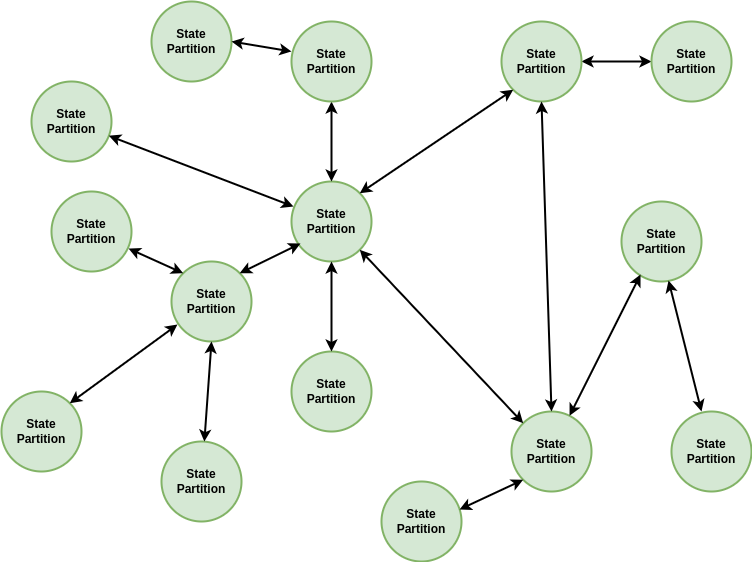
Before: assets/dexetera/dexetera-network-state-partition-graph.drawio.png, a diagram exported from draw.io (umbralcalc/umbralcalc.github.io). Source tidied: cells renumbered, new cells last; positions are measured from the earlier drawing's top-left corner, leaving out a move shared by most shapes. Its diagram source:
```xml
<mxGraphModel>
  <root>
    <mxCell id="0" />
    <mxCell id="1" parent="0" />
    <mxCell id="2" value="&lt;b style=&quot;&quot;&gt;&lt;font face=&quot;Helvetica&quot;&gt;State&lt;br&gt;Partition&lt;/font&gt;&lt;/b&gt;" style="ellipse;whiteSpace=wrap;html=1;fillColor=#d5e8d4;strokeColor=#82b366;strokeWidth=2;" parent="1" vertex="1">
      <mxGeometry x="290" y="180" width="80" height="80" as="geometry" />
    </mxCell>
    <mxCell id="3" value="&lt;b style=&quot;&quot;&gt;&lt;font face=&quot;Helvetica&quot;&gt;State&lt;br&gt;Partition&lt;/font&gt;&lt;/b&gt;" style="ellipse;whiteSpace=wrap;html=1;fillColor=#d5e8d4;strokeColor=#82b366;strokeWidth=2;" parent="1" vertex="1">
      <mxGeometry x="510" y="410" width="80" height="80" as="geometry" />
    </mxCell>
    <mxCell id="4" value="&lt;b style=&quot;&quot;&gt;&lt;font face=&quot;Helvetica&quot;&gt;State&lt;br&gt;Partition&lt;/font&gt;&lt;/b&gt;" style="ellipse;whiteSpace=wrap;html=1;fillColor=#d5e8d4;strokeColor=#82b366;strokeWidth=2;" parent="1" vertex="1">
      <mxGeometry x="170" y="260" width="80" height="80" as="geometry" />
    </mxCell>
    <mxCell id="5" style="endArrow=classic;startArrow=classic;html=1;rounded=0;entryX=0;entryY=0;entryDx=0;entryDy=0;strokeWidth=2;exitX=1;exitY=1;exitDx=0;exitDy=0;" parent="1" edge="1" source="2" target="3">
      <mxGeometry relative="1" as="geometry" />
    </mxCell>
    <mxCell id="6" style="endArrow=classic;startArrow=classic;html=1;rounded=0;entryX=0;entryY=0.5;entryDx=0;entryDy=0;strokeWidth=2;exitX=0.5;exitY=1;exitDx=0;exitDy=0;" parent="1" edge="1">
      <mxGeometry relative="1" as="geometry">
        <mxPoint x="330" y="100" as="sourcePoint" />
        <mxPoint x="330" y="180" as="targetPoint" />
      </mxGeometry>
    </mxCell>
    <mxCell id="7" value="&lt;b style=&quot;&quot;&gt;&lt;font face=&quot;Helvetica&quot;&gt;State&lt;br&gt;Partition&lt;/font&gt;&lt;/b&gt;" style="ellipse;whiteSpace=wrap;html=1;fillColor=#d5e8d4;strokeColor=#82b366;strokeWidth=2;" parent="1" vertex="1">
      <mxGeometry x="290" y="350" width="80" height="80" as="geometry" />
    </mxCell>
    <mxCell id="8" style="endArrow=classic;startArrow=classic;html=1;rounded=0;entryX=0;entryY=0.5;entryDx=0;entryDy=0;strokeWidth=2;exitX=0.5;exitY=0;exitDx=0;exitDy=0;" parent="1" edge="1" source="7">
      <mxGeometry relative="1" as="geometry">
        <mxPoint x="330" y="260" as="targetPoint" />
      </mxGeometry>
    </mxCell>
    <mxCell id="9" style="edgeStyle=orthogonalEdgeStyle;rounded=0;jettySize=auto;html=1;entryX=0;entryY=0.5;entryDx=0;entryDy=0;strokeWidth=2;startArrow=classic;startFill=1;" parent="1" edge="1" source="10" target="31">
      <mxGeometry relative="1" as="geometry" />
    </mxCell>
    <mxCell id="10" value="&lt;b style=&quot;&quot;&gt;&lt;font face=&quot;Helvetica&quot;&gt;State&lt;br&gt;Partition&lt;/font&gt;&lt;/b&gt;" style="ellipse;whiteSpace=wrap;html=1;fillColor=#d5e8d4;strokeColor=#82b366;strokeWidth=2;" parent="1" vertex="1">
      <mxGeometry x="500" y="20" width="80" height="80" as="geometry" />
    </mxCell>
    <mxCell id="11" value="&lt;b style=&quot;&quot;&gt;&lt;font face=&quot;Helvetica&quot;&gt;State&lt;br&gt;Partition&lt;/font&gt;&lt;/b&gt;" style="ellipse;whiteSpace=wrap;html=1;fillColor=#d5e8d4;strokeColor=#82b366;strokeWidth=2;" parent="1" vertex="1">
      <mxGeometry x="30" y="80" width="80" height="80" as="geometry" />
    </mxCell>
    <mxCell id="12" value="&lt;b style=&quot;&quot;&gt;&lt;font face=&quot;Helvetica&quot;&gt;State&lt;br&gt;Partition&lt;/font&gt;&lt;/b&gt;" style="ellipse;whiteSpace=wrap;html=1;fillColor=#d5e8d4;strokeColor=#82b366;strokeWidth=2;" parent="1" vertex="1">
      <mxGeometry x="290" y="20" width="80" height="80" as="geometry" />
    </mxCell>
    <mxCell id="13" style="endArrow=classic;startArrow=classic;html=1;rounded=0;entryX=1;entryY=0;entryDx=0;entryDy=0;strokeWidth=2;exitX=0;exitY=1;exitDx=0;exitDy=0;" parent="1" edge="1" source="10" target="2">
      <mxGeometry relative="1" as="geometry" />
    </mxCell>
    <mxCell id="14" style="endArrow=classic;startArrow=classic;html=1;rounded=0;entryX=0.025;entryY=0.313;entryDx=0;entryDy=0;strokeWidth=2;entryPerimeter=0;" parent="1" edge="1" source="11" target="2">
      <mxGeometry relative="1" as="geometry" />
    </mxCell>
    <mxCell id="15" value="&lt;b style=&quot;&quot;&gt;&lt;font face=&quot;Helvetica&quot;&gt;State&lt;br&gt;Partition&lt;/font&gt;&lt;/b&gt;" style="ellipse;whiteSpace=wrap;html=1;fillColor=#d5e8d4;strokeColor=#82b366;strokeWidth=2;" parent="1" vertex="1">
      <mxGeometry x="150" width="80" height="80" as="geometry" />
    </mxCell>
    <mxCell id="16" style="endArrow=classic;startArrow=classic;html=1;rounded=0;entryX=1;entryY=0;entryDx=0;entryDy=0;strokeWidth=2;exitX=0.113;exitY=0.775;exitDx=0;exitDy=0;exitPerimeter=0;" parent="1" edge="1" source="2" target="4">
      <mxGeometry relative="1" as="geometry" />
    </mxCell>
    <mxCell id="17" value="&lt;b style=&quot;&quot;&gt;&lt;font face=&quot;Helvetica&quot;&gt;State&lt;br&gt;Partition&lt;/font&gt;&lt;/b&gt;" style="ellipse;whiteSpace=wrap;html=1;fillColor=#d5e8d4;strokeColor=#82b366;strokeWidth=2;" parent="1" vertex="1">
      <mxGeometry x="160" y="440" width="80" height="80" as="geometry" />
    </mxCell>
    <mxCell id="18" value="&lt;b style=&quot;&quot;&gt;&lt;font face=&quot;Helvetica&quot;&gt;State&lt;br&gt;Partition&lt;/font&gt;&lt;/b&gt;" style="ellipse;whiteSpace=wrap;html=1;fillColor=#d5e8d4;strokeColor=#82b366;strokeWidth=2;" parent="1" vertex="1">
      <mxGeometry x="50" y="190" width="80" height="80" as="geometry" />
    </mxCell>
    <mxCell id="19" style="endArrow=classic;startArrow=classic;html=1;rounded=0;entryX=0.963;entryY=0.713;entryDx=0;entryDy=0;strokeWidth=2;exitX=0;exitY=0;exitDx=0;exitDy=0;entryPerimeter=0;" parent="1" edge="1" source="4" target="18">
      <mxGeometry relative="1" as="geometry" />
    </mxCell>
    <mxCell id="20" style="endArrow=classic;startArrow=classic;html=1;rounded=0;strokeWidth=2;exitX=0.5;exitY=1;exitDx=0;exitDy=0;" parent="1" edge="1" source="4" target="17">
      <mxGeometry relative="1" as="geometry" />
    </mxCell>
    <mxCell id="21" style="endArrow=classic;startArrow=classic;html=1;rounded=0;entryX=0.963;entryY=0.713;entryDx=0;entryDy=0;strokeWidth=2;entryPerimeter=0;" parent="1" edge="1">
      <mxGeometry relative="1" as="geometry">
        <mxPoint x="290" y="50" as="sourcePoint" />
        <mxPoint x="230" y="40" as="targetPoint" />
      </mxGeometry>
    </mxCell>
    <mxCell id="22" style="endArrow=classic;startArrow=classic;html=1;rounded=0;entryX=0.5;entryY=0;entryDx=0;entryDy=0;strokeWidth=2;exitX=1;exitY=1;exitDx=0;exitDy=0;" parent="1" edge="1" target="3">
      <mxGeometry relative="1" as="geometry">
        <mxPoint x="540" y="100" as="sourcePoint" />
      </mxGeometry>
    </mxCell>
    <mxCell id="23" value="&lt;b style=&quot;&quot;&gt;&lt;font face=&quot;Helvetica&quot;&gt;State&lt;br&gt;Partition&lt;/font&gt;&lt;/b&gt;" style="ellipse;whiteSpace=wrap;html=1;fillColor=#d5e8d4;strokeColor=#82b366;strokeWidth=2;" parent="1" vertex="1">
      <mxGeometry x="620" y="200" width="80" height="80" as="geometry" />
    </mxCell>
    <mxCell id="24" style="endArrow=classic;startArrow=classic;html=1;rounded=0;entryX=0.238;entryY=0.913;entryDx=0;entryDy=0;strokeWidth=2;entryPerimeter=0;" parent="1" edge="1" source="3" target="23">
      <mxGeometry relative="1" as="geometry" />
    </mxCell>
    <mxCell id="25" value="&lt;b style=&quot;&quot;&gt;&lt;font face=&quot;Helvetica&quot;&gt;State&lt;br&gt;Partition&lt;/font&gt;&lt;/b&gt;" style="ellipse;whiteSpace=wrap;html=1;fillColor=#d5e8d4;strokeColor=#82b366;strokeWidth=2;" parent="1" vertex="1">
      <mxGeometry x="380" y="480" width="80" height="80" as="geometry" />
    </mxCell>
    <mxCell id="26" style="endArrow=classic;startArrow=classic;html=1;rounded=0;entryX=0;entryY=1;entryDx=0;entryDy=0;strokeWidth=2;exitX=0.975;exitY=0.35;exitDx=0;exitDy=0;exitPerimeter=0;" parent="1" edge="1" source="25" target="3">
      <mxGeometry relative="1" as="geometry" />
    </mxCell>
    <mxCell id="27" value="&lt;b style=&quot;&quot;&gt;&lt;font face=&quot;Helvetica&quot;&gt;State&lt;br&gt;Partition&lt;/font&gt;&lt;/b&gt;" style="ellipse;whiteSpace=wrap;html=1;fillColor=#d5e8d4;strokeColor=#82b366;strokeWidth=2;" parent="1" vertex="1">
      <mxGeometry y="390" width="80" height="80" as="geometry" />
    </mxCell>
    <mxCell id="28" style="endArrow=classic;startArrow=classic;html=1;rounded=0;strokeWidth=2;exitX=0.075;exitY=0.788;exitDx=0;exitDy=0;entryX=1;entryY=0;entryDx=0;entryDy=0;exitPerimeter=0;" parent="1" edge="1" source="4" target="27">
      <mxGeometry relative="1" as="geometry" />
    </mxCell>
    <mxCell id="29" value="&lt;b style=&quot;&quot;&gt;&lt;font face=&quot;Helvetica&quot;&gt;State&lt;br&gt;Partition&lt;/font&gt;&lt;/b&gt;" style="ellipse;whiteSpace=wrap;html=1;fillColor=#d5e8d4;strokeColor=#82b366;strokeWidth=2;" parent="1" vertex="1">
      <mxGeometry x="670" y="410" width="80" height="80" as="geometry" />
    </mxCell>
    <mxCell id="30" style="endArrow=classic;startArrow=classic;html=1;rounded=0;entryX=0.588;entryY=0.988;entryDx=0;entryDy=0;strokeWidth=2;entryPerimeter=0;exitX=0.375;exitY=0;exitDx=0;exitDy=0;exitPerimeter=0;" parent="1" edge="1" source="29" target="23">
      <mxGeometry relative="1" as="geometry" />
    </mxCell>
    <mxCell id="31" value="&lt;b style=&quot;&quot;&gt;&lt;font face=&quot;Helvetica&quot;&gt;State&lt;br&gt;Partition&lt;/font&gt;&lt;/b&gt;" style="ellipse;whiteSpace=wrap;html=1;fillColor=#d5e8d4;strokeColor=#82b366;strokeWidth=2;" parent="1" vertex="1">
      <mxGeometry x="650" y="20" width="80" height="80" as="geometry" />
    </mxCell>
  </root>
</mxGraphModel>
```
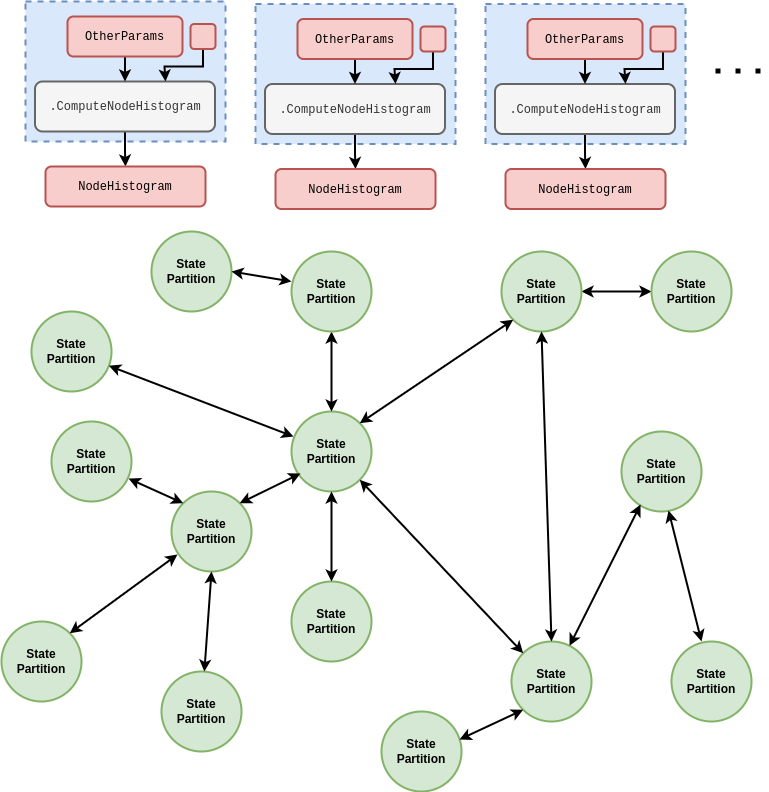
Above is the later version.

What changed in the source:
```diff
@@ -102,5 +102,104 @@
     <mxCell id="31" value="&lt;b style=&quot;&quot;&gt;&lt;font face=&quot;Helvetica&quot;&gt;State&lt;br&gt;Partition&lt;/font&gt;&lt;/b&gt;" style="ellipse;whiteSpace=wrap;html=1;fillColor=#d5e8d4;strokeColor=#82b366;strokeWidth=2;" parent="1" vertex="1">
       <mxGeometry x="650" y="20" width="80" height="80" as="geometry" />
     </mxCell>
+    <mxCell id="32" style="rounded=0;whiteSpace=wrap;html=1;dashed=1;strokeWidth=2;fillColor=#dae8fc;strokeColor=#6c8ebf;" parent="1" vertex="1">
+      <mxGeometry x="24" y="-230" width="200" height="140" as="geometry" />
+    </mxCell>
+    <mxCell id="33" style="edgeStyle=orthogonalEdgeStyle;rounded=0;jettySize=auto;html=1;strokeWidth=2;" parent="1" edge="1" source="34" target="35">
+      <mxGeometry relative="1" as="geometry" />
+    </mxCell>
+    <mxCell id="34" value="&lt;font face=&quot;Courier New&quot;&gt;.ComputeNodeHistogram&lt;/font&gt;" style="rounded=1;whiteSpace=wrap;html=1;strokeWidth=2;fillColor=#f5f5f5;fontColor=#333333;strokeColor=#666666;" parent="1" vertex="1">
+      <mxGeometry x="33.5" y="-150" width="180" height="50" as="geometry" />
+    </mxCell>
+    <mxCell id="35" value="&lt;font face=&quot;Courier New&quot;&gt;NodeHistogram&lt;/font&gt;" style="rounded=1;whiteSpace=wrap;html=1;strokeWidth=2;fillColor=#f8cecc;strokeColor=#b85450;" parent="1" vertex="1">
+      <mxGeometry x="44" y="-65" width="160" height="40" as="geometry" />
+    </mxCell>
+    <mxCell id="36" style="edgeStyle=orthogonalEdgeStyle;rounded=0;jettySize=auto;html=1;entryX=0.5;entryY=0;entryDx=0;entryDy=0;strokeWidth=2;" parent="1" edge="1" source="37" target="34">
+      <mxGeometry relative="1" as="geometry" />
+    </mxCell>
+    <mxCell id="37" value="&lt;font face=&quot;Courier New&quot;&gt;OtherParams&lt;/font&gt;" style="rounded=1;whiteSpace=wrap;html=1;strokeWidth=2;fillColor=#f8cecc;strokeColor=#b85450;" parent="1" vertex="1">
+      <mxGeometry x="66" y="-215" width="115" height="40" as="geometry" />
+    </mxCell>
+    <mxCell id="38" style="edgeStyle=orthogonalEdgeStyle;rounded=0;jettySize=auto;html=1;entryX=0.75;entryY=0;entryDx=0;entryDy=0;strokeWidth=2;" parent="1" edge="1" source="39">
+      <mxGeometry relative="1" as="geometry">
+        <mxPoint x="164" y="-150" as="targetPoint" />
+        <Array as="points">
+          <mxPoint x="201" y="-165" />
+          <mxPoint x="163" y="-165" />
+          <mxPoint x="163" y="-150" />
+        </Array>
+      </mxGeometry>
+    </mxCell>
+    <mxCell id="39" style="rounded=1;whiteSpace=wrap;html=1;strokeWidth=2;fillColor=#f8cecc;strokeColor=#b85450;" parent="1" vertex="1">
+      <mxGeometry x="189" y="-207.5" width="25" height="25" as="geometry" />
+    </mxCell>
+    <mxCell id="40" style="rounded=0;whiteSpace=wrap;html=1;dashed=1;strokeWidth=2;fillColor=#dae8fc;strokeColor=#6c8ebf;" parent="1" vertex="1">
+      <mxGeometry x="254" y="-227.5" width="200" height="140" as="geometry" />
+    </mxCell>
+    <mxCell id="41" style="edgeStyle=orthogonalEdgeStyle;rounded=0;jettySize=auto;html=1;strokeWidth=2;" parent="1" edge="1" source="42" target="43">
+      <mxGeometry relative="1" as="geometry" />
+    </mxCell>
+    <mxCell id="42" value="&lt;span style=&quot;font-family: &amp;quot;Courier New&amp;quot;;&quot;&gt;.ComputeNodeHistogram&lt;/span&gt;" style="rounded=1;whiteSpace=wrap;html=1;strokeWidth=2;fillColor=#f5f5f5;fontColor=#333333;strokeColor=#666666;" parent="1" vertex="1">
+      <mxGeometry x="263.5" y="-147.5" width="180" height="50" as="geometry" />
+    </mxCell>
+    <mxCell id="43" value="&lt;font face=&quot;Courier New&quot;&gt;NodeHistogram&lt;/font&gt;" style="rounded=1;whiteSpace=wrap;html=1;strokeWidth=2;fillColor=#f8cecc;strokeColor=#b85450;" parent="1" vertex="1">
+      <mxGeometry x="274" y="-62.5" width="160" height="40" as="geometry" />
+    </mxCell>
+    <mxCell id="44" style="edgeStyle=orthogonalEdgeStyle;rounded=0;jettySize=auto;html=1;entryX=0.5;entryY=0;entryDx=0;entryDy=0;strokeWidth=2;" parent="1" edge="1" source="45" target="42">
+      <mxGeometry relative="1" as="geometry" />
+    </mxCell>
+    <mxCell id="45" value="&lt;font face=&quot;Courier New&quot;&gt;OtherParams&lt;/font&gt;" style="rounded=1;whiteSpace=wrap;html=1;strokeWidth=2;fillColor=#f8cecc;strokeColor=#b85450;" parent="1" vertex="1">
+      <mxGeometry x="296" y="-212.5" width="115" height="40" as="geometry" />
+    </mxCell>
+    <mxCell id="46" style="edgeStyle=orthogonalEdgeStyle;rounded=0;jettySize=auto;html=1;entryX=0.75;entryY=0;entryDx=0;entryDy=0;strokeWidth=2;" parent="1" edge="1" source="47">
+      <mxGeometry relative="1" as="geometry">
+        <mxPoint x="394" y="-147.5" as="targetPoint" />
+        <Array as="points">
+          <mxPoint x="431" y="-162.5" />
+          <mxPoint x="393" y="-162.5" />
+          <mxPoint x="393" y="-147.5" />
+        </Array>
+      </mxGeometry>
+    </mxCell>
+    <mxCell id="47" style="rounded=1;whiteSpace=wrap;html=1;strokeWidth=2;fillColor=#f8cecc;strokeColor=#b85450;" parent="1" vertex="1">
+      <mxGeometry x="419" y="-205" width="25" height="25" as="geometry" />
+    </mxCell>
+    <mxCell id="48" style="rounded=0;whiteSpace=wrap;html=1;dashed=1;strokeWidth=2;fillColor=#dae8fc;strokeColor=#6c8ebf;" parent="1" vertex="1">
+      <mxGeometry x="484" y="-227.5" width="200" height="140" as="geometry" />
+    </mxCell>
+    <mxCell id="49" style="edgeStyle=orthogonalEdgeStyle;rounded=0;jettySize=auto;html=1;strokeWidth=2;" parent="1" edge="1" source="50" target="51">
+      <mxGeometry relative="1" as="geometry" />
+    </mxCell>
+    <mxCell id="50" value="&lt;span style=&quot;font-family: &amp;quot;Courier New&amp;quot;;&quot;&gt;.ComputeNodeHistogram&lt;/span&gt;" style="rounded=1;whiteSpace=wrap;html=1;strokeWidth=2;fillColor=#f5f5f5;fontColor=#333333;strokeColor=#666666;" parent="1" vertex="1">
+      <mxGeometry x="493.5" y="-147.5" width="180" height="50" as="geometry" />
+    </mxCell>
+    <mxCell id="51" value="&lt;font face=&quot;Courier New&quot;&gt;NodeHistogram&lt;/font&gt;" style="rounded=1;whiteSpace=wrap;html=1;strokeWidth=2;fillColor=#f8cecc;strokeColor=#b85450;" parent="1" vertex="1">
+      <mxGeometry x="504" y="-62.5" width="160" height="40" as="geometry" />
+    </mxCell>
+    <mxCell id="52" style="edgeStyle=orthogonalEdgeStyle;rounded=0;jettySize=auto;html=1;entryX=0.5;entryY=0;entryDx=0;entryDy=0;strokeWidth=2;" parent="1" edge="1" source="53" target="50">
+      <mxGeometry relative="1" as="geometry" />
+    </mxCell>
+    <mxCell id="53" value="&lt;font face=&quot;Courier New&quot;&gt;OtherParams&lt;/font&gt;" style="rounded=1;whiteSpace=wrap;html=1;strokeWidth=2;fillColor=#f8cecc;strokeColor=#b85450;" parent="1" vertex="1">
+      <mxGeometry x="526" y="-212.5" width="115" height="40" as="geometry" />
+    </mxCell>
+    <mxCell id="54" style="edgeStyle=orthogonalEdgeStyle;rounded=0;jettySize=auto;html=1;entryX=0.75;entryY=0;entryDx=0;entryDy=0;strokeWidth=2;" parent="1" edge="1" source="55">
+      <mxGeometry relative="1" as="geometry">
+        <mxPoint x="624" y="-147.5" as="targetPoint" />
+        <Array as="points">
+          <mxPoint x="661" y="-162.5" />
+          <mxPoint x="623" y="-162.5" />
+          <mxPoint x="623" y="-147.5" />
+        </Array>
+      </mxGeometry>
+    </mxCell>
+    <mxCell id="55" style="rounded=1;whiteSpace=wrap;html=1;strokeWidth=2;fillColor=#f8cecc;strokeColor=#b85450;" parent="1" vertex="1">
+      <mxGeometry x="649" y="-205" width="25" height="25" as="geometry" />
+    </mxCell>
+    <mxCell id="56" style="endArrow=none;dashed=1;html=1;dashPattern=1 3;strokeWidth=5;rounded=0;" parent="1" edge="1">
+      <mxGeometry relative="1" as="geometry">
+        <mxPoint x="714" y="-160.5" as="sourcePoint" />
+        <mxPoint x="764" y="-160.5" as="targetPoint" />
+      </mxGeometry>
+    </mxCell>
   </root>
 </mxGraphModel>
```
